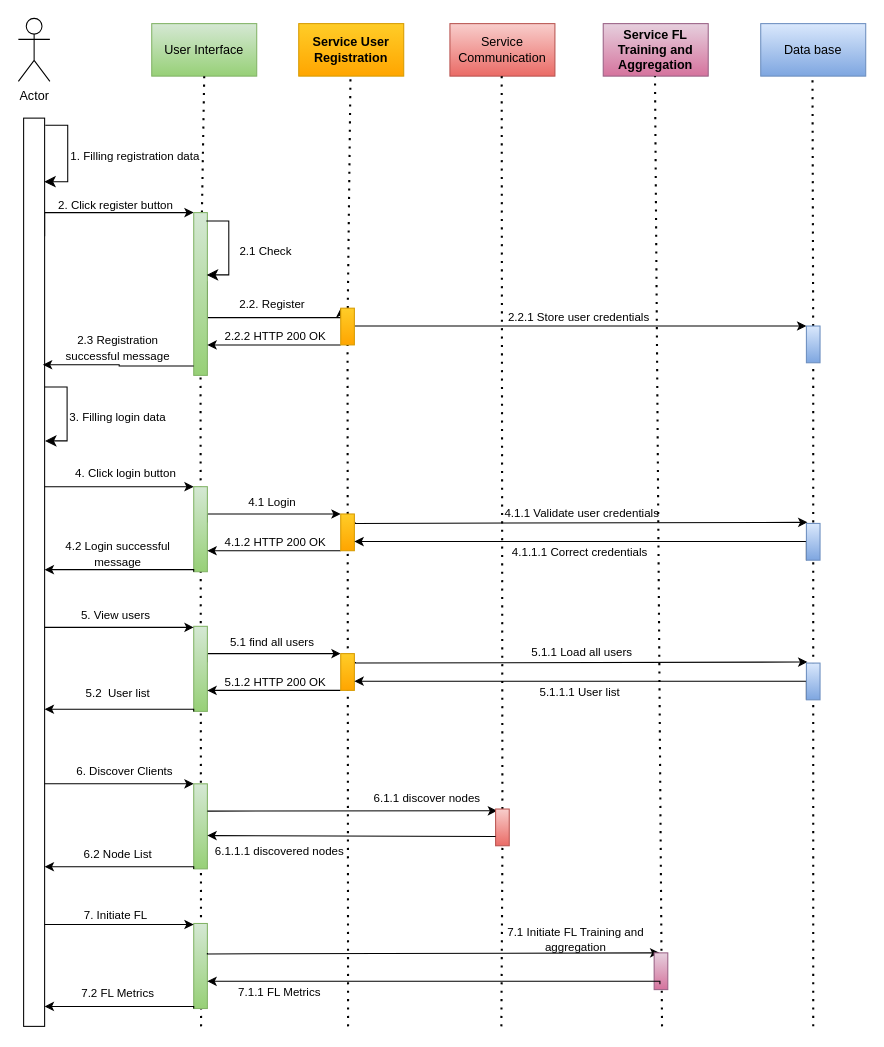
Before: Thesis/Process View.drawio in anandanlk/Drawings, a draw.io diagram. Source tidied: cells renumbered, new cells numbered last; positions are measured from the earlier drawing's top-left corner, leaving out a move shared by most shapes. Both pictures are drawn from the tidied source at 105%, with x=0, y=0 at pixel (18, 18).
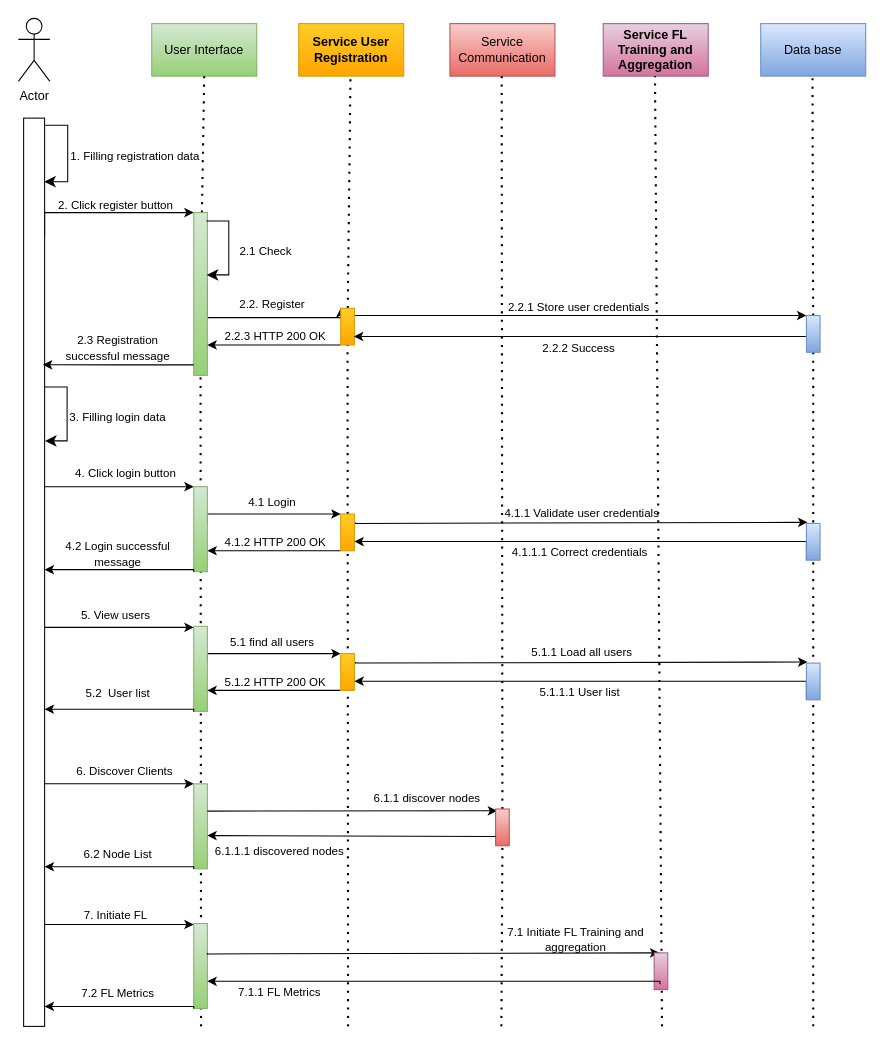
After the change.

The change refers to these unchanged cells:
```xml
<mxCell id="27" style="rounded=0;whiteSpace=wrap;html=1;fillColor=#ffcd28;strokeColor=#d79b00;gradientColor=#ffa500;" parent="1" vertex="1">
  <mxGeometry x="307" y="276" width="13" height="35" as="geometry" />
</mxCell>
```

The edit, as a diff of the source:
```diff
@@
-    <mxCell id="26" style="edgeStyle=orthogonalEdgeStyle;rounded=0;jettySize=auto;html=1;entryX=0;entryY=0;entryDx=0;entryDy=0;" parent="1" edge="1" source="27" target="30">
+    <mxCell id="26" style="edgeStyle=orthogonalEdgeStyle;rounded=0;jettySize=auto;html=1;entryX=0;entryY=0;entryDx=0;entryDy=0;" parent="1" edge="1" target="30">
       <mxGeometry relative="1" as="geometry">
+        <mxPoint x="320" y="283.1" as="sourcePoint" />
         <Array as="points">
-          <mxPoint x="751" y="294" />
+          <mxPoint x="751" y="284" />
         </Array>
       </mxGeometry>
     </mxCell>
@@
-    <mxCell id="28" value="&lt;font style=&quot;font-size: 11px;&quot;&gt;2.2.2 HTTP 200 OK&lt;/font&gt;" style="text;html=1;align=center;verticalAlign=middle;whiteSpace=wrap;rounded=0;" parent="1" vertex="1">
+    <mxCell id="28" value="&lt;font style=&quot;font-size: 11px;&quot;&gt;2.2.3 HTTP 200 OK&lt;/font&gt;" style="text;html=1;align=center;verticalAlign=middle;whiteSpace=wrap;rounded=0;" parent="1" vertex="1">
       <mxGeometry x="195" y="288" width="100" height="30" as="geometry" />
     </mxCell>
@@
     <mxCell id="30" style="rounded=0;whiteSpace=wrap;html=1;fillColor=#dae8fc;strokeColor=#6c8ebf;gradientColor=#7ea6e0;" parent="1" vertex="1">
-      <mxGeometry x="750.5" y="293" width="13" height="35" as="geometry" />
+      <mxGeometry x="750.5" y="283" width="13" height="35" as="geometry" />
     </mxCell>
     <mxCell id="31" value="&lt;font style=&quot;font-size: 11px;&quot;&gt;2.2.1 Store user credentials&lt;/font&gt;" style="text;html=1;align=center;verticalAlign=middle;whiteSpace=wrap;rounded=0;" parent="1" vertex="1">
-      <mxGeometry x="459" y="270" width="150" height="30" as="geometry" />
+      <mxGeometry x="459" y="260" width="150" height="30" as="geometry" />
     </mxCell>
-    <mxCell id="32" style="edgeStyle=orthogonalEdgeStyle;rounded=0;orthogonalLoop=1;jettySize=auto;html=1;exitX=0;exitY=1;exitDx=0;exitDy=0;entryX=0.917;entryY=0.282;entryDx=0;entryDy=0;entryPerimeter=0;" parent="1" edge="1">
+    <mxCell id="32" style="edgeStyle=orthogonalEdgeStyle;rounded=0;orthogonalLoop=1;jettySize=auto;html=1;entryX=0.917;entryY=0.282;entryDx=0;entryDy=0;entryPerimeter=0;" parent="1" edge="1">
       <mxGeometry relative="1" as="geometry">
-        <mxPoint x="167" y="331" as="sourcePoint" />
+        <mxPoint x="167" y="330" as="sourcePoint" />
         <mxPoint x="23.3" y="329.9" as="targetPoint" />
         <Array as="points">
           <mxPoint x="96" y="330" />
         </Array>
       </mxGeometry>
     </mxCell>
@@
+    <mxCell id="87" style="edgeStyle=orthogonalEdgeStyle;rounded=0;orthogonalLoop=1;jettySize=auto;html=1;entryX=1;entryY=0.75;entryDx=0;entryDy=0;" parent="1" edge="1">
+      <mxGeometry relative="1" as="geometry">
+        <mxPoint x="750" y="303" as="sourcePoint" />
+        <mxPoint x="319.5" y="303" as="targetPoint" />
+        <Array as="points">
+          <mxPoint x="750.5" y="303" />
+        </Array>
+      </mxGeometry>
+    </mxCell>
+    <mxCell id="88" value="&lt;font style=&quot;font-size: 11px;&quot;&gt;2.2.2 Success&lt;/font&gt;" style="text;html=1;align=center;verticalAlign=middle;whiteSpace=wrap;rounded=0;" parent="1" vertex="1">
+      <mxGeometry x="458.5" y="299" width="150" height="30" as="geometry" />
+    </mxCell>
```
